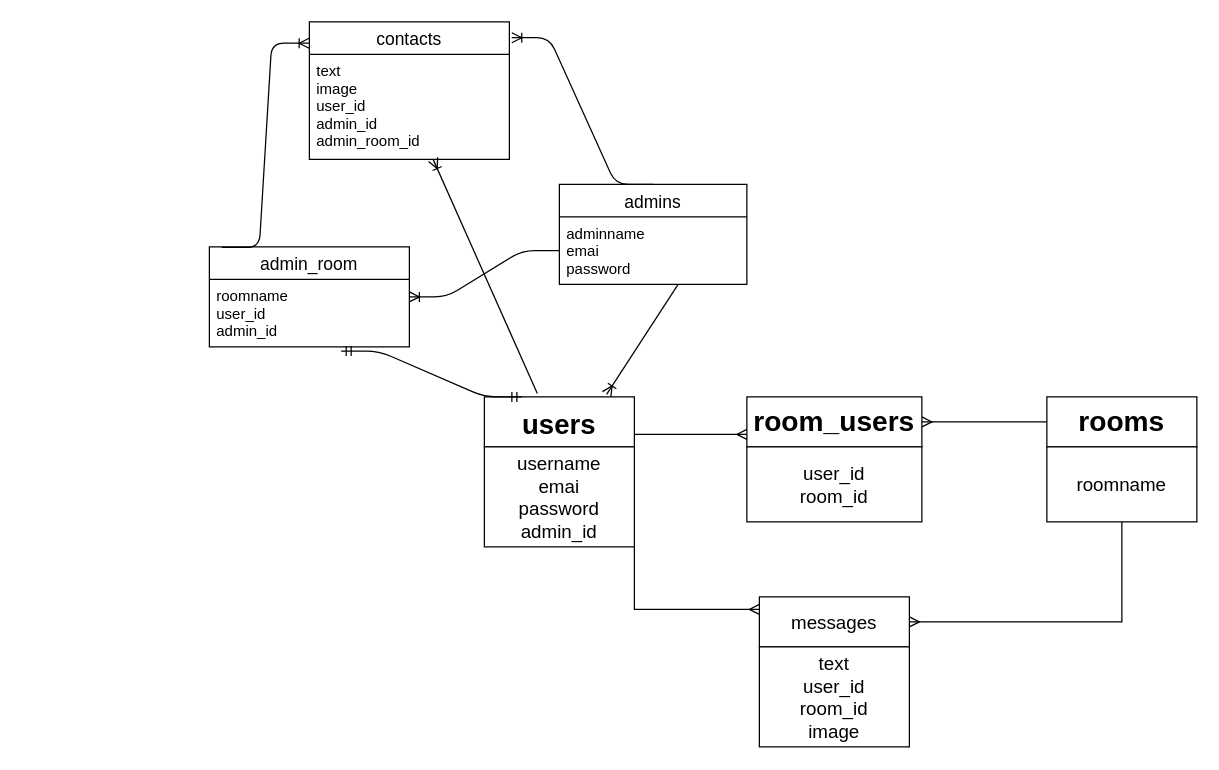
Earlier version of the draw.io diagram er.dio (kawasaki03/chat-service). Source tidied: cells renumbered, new cells numbered last; positions are measured from the earlier drawing's top-left corner, leaving out a move shared by most shapes. Both pictures are drawn from the tidied source at 125%, with x=0, y=0 at pixel (209, 21).
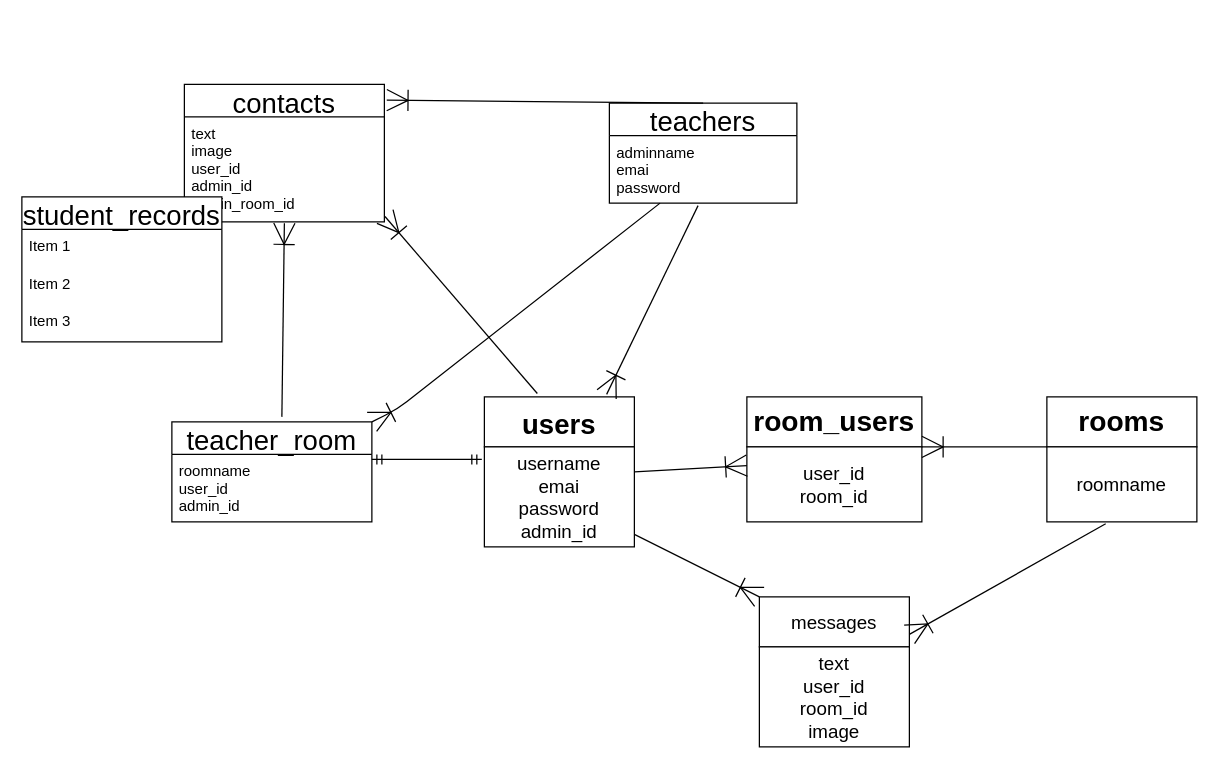
Above is the later version.

The change refers to these unchanged cells:
```xml
<mxCell id="3" value="&lt;h2&gt;&lt;font style=&quot;font-size: 22px&quot;&gt;users&lt;/font&gt;&lt;/h2&gt;" style="rounded=0;whiteSpace=wrap;html=1;fontSize=19;" parent="1" vertex="1">
  <mxGeometry x="220" y="300" width="120" height="40" as="geometry" />
</mxCell>
<mxCell id="5" value="&lt;font style=&quot;line-height: 50% ; font-size: 15px&quot;&gt;username&lt;br style=&quot;font-size: 15px&quot;&gt;emai&lt;br style=&quot;font-size: 15px&quot;&gt;password&lt;br&gt;admin_id&lt;br style=&quot;font-size: 15px&quot;&gt;&lt;/font&gt;" style="rounded=0;whiteSpace=wrap;html=1;fontSize=15;verticalAlign=middle;horizontal=1;align=center;spacing=2;" parent="1" vertex="1">
  <mxGeometry x="220" y="340" width="120" height="80" as="geometry" />
</mxCell>
<mxCell id="8" value="&lt;h2&gt;rooms&lt;/h2&gt;" style="rounded=0;whiteSpace=wrap;html=1;fontSize=15;align=center;" parent="1" vertex="1">
  <mxGeometry x="670" y="300" width="120" height="40" as="geometry" />
</mxCell>
<mxCell id="10" value="roomname" style="rounded=0;whiteSpace=wrap;html=1;fontSize=15;align=center;" parent="1" vertex="1">
  <mxGeometry x="670" y="340" width="120" height="60" as="geometry" />
</mxCell>
<mxCell id="11" value="&lt;h2&gt;room_users&lt;/h2&gt;" style="rounded=0;whiteSpace=wrap;html=1;fontSize=15;align=center;" parent="1" vertex="1">
  <mxGeometry x="430" y="300" width="140" height="40" as="geometry" />
</mxCell>
<mxCell id="12" value="user_id&lt;br&gt;room_id" style="rounded=0;whiteSpace=wrap;html=1;fontSize=15;align=center;" parent="1" vertex="1">
  <mxGeometry x="430" y="340" width="140" height="60" as="geometry" />
</mxCell>
<mxCell id="13" value="messages" style="rounded=0;whiteSpace=wrap;html=1;fontSize=15;align=center;" parent="1" vertex="1">
  <mxGeometry x="440" y="460" width="120" height="40" as="geometry" />
</mxCell>
<mxCell id="16" value="adminname&#10;emai&#10;password" style="text;strokeColor=none;fillColor=none;spacingLeft=4;spacingRight=4;overflow=hidden;points=[[0,0.5],[1,0.5]];portConstraint=eastwest;fontSize=12;" parent="15" vertex="1">
  <mxGeometry y="26" width="150" height="54" as="geometry" />
</mxCell>
<mxCell id="18" value="roomname&#10;user_id&#10;admin_id&#10;" style="text;strokeColor=none;fillColor=none;spacingLeft=4;spacingRight=4;overflow=hidden;points=[[0,0.5],[1,0.5]];portConstraint=eastwest;fontSize=12;" parent="17" vertex="1">
  <mxGeometry y="26" width="160" height="54" as="geometry" />
</mxCell>
<mxCell id="20" value="text&#10;image&#10;user_id&#10;admin_id&#10;admin_room_id" style="text;strokeColor=none;fillColor=none;spacingLeft=4;spacingRight=4;overflow=hidden;points=[[0,0.5],[1,0.5]];portConstraint=eastwest;fontSize=12;" parent="19" vertex="1">
  <mxGeometry y="26" width="160" height="84" as="geometry" />
</mxCell>
```

The edit, as a diff of the source:
```diff
@@
-    <mxCell id="2" style="edgeStyle=orthogonalEdgeStyle;rounded=0;jettySize=auto;html=1;exitX=1;exitY=0.75;exitDx=0;exitDy=0;entryX=0;entryY=0.75;entryDx=0;entryDy=0;endArrow=ERmany;endFill=0;fontSize=15;" parent="1" edge="1" source="3" target="11">
-      <mxGeometry relative="1" as="geometry" />
-    </mxCell>
@@
-    <mxCell id="4" style="edgeStyle=orthogonalEdgeStyle;rounded=0;jettySize=auto;html=1;exitX=1;exitY=1;exitDx=0;exitDy=0;entryX=0;entryY=0.25;entryDx=0;entryDy=0;endArrow=ERmany;endFill=0;fontSize=15;" parent="1" edge="1" source="5" target="13">
-      <mxGeometry relative="1" as="geometry" />
-    </mxCell>
@@
-    <mxCell id="7" style="edgeStyle=orthogonalEdgeStyle;rounded=0;jettySize=auto;html=1;exitX=0;exitY=0.5;exitDx=0;exitDy=0;entryX=1;entryY=0.5;entryDx=0;entryDy=0;endArrow=ERmany;endFill=0;fontSize=15;" parent="1" edge="1" source="8" target="11">
-      <mxGeometry relative="1" as="geometry" />
-    </mxCell>
@@
-    <mxCell id="9" style="edgeStyle=orthogonalEdgeStyle;rounded=0;jettySize=auto;html=1;exitX=0.5;exitY=1;exitDx=0;exitDy=0;entryX=1;entryY=0.5;entryDx=0;entryDy=0;endArrow=ERmany;endFill=0;fontSize=15;" parent="1" edge="1" source="10" target="13">
-      <mxGeometry relative="1" as="geometry" />
-    </mxCell>
@@
-    <mxCell id="15" value="admins" style="swimlane;fontStyle=0;horizontal=1;startSize=26;align=center;fontSize=14;" parent="1" vertex="1">
-      <mxGeometry x="280" y="130" width="150" height="80" as="geometry" />
+    <mxCell id="15" value="teachers" style="swimlane;fontStyle=0;horizontal=1;startSize=26;align=center;fontSize=22;" parent="1" vertex="1">
+      <mxGeometry x="320" y="65" width="150" height="80" as="geometry" />
     </mxCell>
@@
-    <mxCell id="17" value="admin_room" style="swimlane;fontStyle=0;horizontal=1;startSize=26;align=center;fontSize=14;" parent="1" vertex="1">
-      <mxGeometry y="180" width="160" height="80" as="geometry" />
+    <mxCell id="17" value="teacher_room" style="swimlane;fontStyle=0;horizontal=1;startSize=26;align=center;fontSize=22;" parent="1" vertex="1">
+      <mxGeometry x="-30" y="320" width="160" height="80" as="geometry" />
     </mxCell>
@@
-    <mxCell id="19" value="contacts" style="swimlane;fontStyle=0;horizontal=1;startSize=26;align=center;fontSize=14;" parent="1" vertex="1">
-      <mxGeometry x="80" width="160" height="110" as="geometry" />
+    <mxCell id="19" value="contacts" style="swimlane;fontStyle=0;horizontal=1;startSize=26;align=center;fontSize=22;" parent="1" vertex="1">
+      <mxGeometry x="-20" y="50" width="160" height="110" as="geometry" />
     </mxCell>
@@
-    <mxCell id="21" style="edgeStyle=entityRelationEdgeStyle;fontSize=12;html=1;endArrow=ERoneToMany;entryX=1.012;entryY=0.115;entryDx=0;entryDy=0;entryPerimeter=0;exitX=0.5;exitY=0;exitDx=0;exitDy=0;" parent="1" edge="1" source="15" target="19">
+    <mxCell id="21" style="fontSize=12;html=1;endArrow=ERoneToMany;entryX=1.012;entryY=0.115;entryDx=0;entryDy=0;entryPerimeter=0;exitX=0.5;exitY=0;exitDx=0;exitDy=0;endSize=15;" parent="1" edge="1" source="15" target="19">
       <mxGeometry relative="1" as="geometry" />
     </mxCell>
-    <mxCell id="22" style="edgeStyle=entityRelationEdgeStyle;fontSize=12;html=1;endArrow=ERoneToMany;exitX=0.062;exitY=0.006;exitDx=0;exitDy=0;entryX=-0.001;entryY=0.155;entryDx=0;entryDy=0;exitPerimeter=0;entryPerimeter=0;" parent="1" edge="1" source="17" target="19">
+    <mxCell id="22" style="fontSize=12;html=1;endArrow=ERoneToMany;exitX=0.55;exitY=-0.05;exitDx=0;exitDy=0;jumpSize=6;endSize=15;entryX=0.5;entryY=1.012;entryDx=0;entryDy=0;entryPerimeter=0;exitPerimeter=0;" parent="1" edge="1" source="17" target="20">
       <mxGeometry relative="1" as="geometry" />
     </mxCell>
-    <mxCell id="23" style="edgeStyle=entityRelationEdgeStyle;fontSize=12;html=1;endArrow=ERmandOne;startArrow=ERmandOne;exitX=0.25;exitY=0;exitDx=0;exitDy=0;entryX=0.659;entryY=1.062;entryDx=0;entryDy=0;entryPerimeter=0;" parent="1" edge="1" source="3" target="18">
-      <mxGeometry relative="1" as="geometry" />
+    <mxCell id="23" style="fontSize=12;html=1;endArrow=ERmandOne;startArrow=ERmandOne;exitX=-0.017;exitY=0.125;exitDx=0;exitDy=0;exitPerimeter=0;entryX=1;entryY=0.074;entryDx=0;entryDy=0;entryPerimeter=0;" parent="1" edge="1" source="5" target="18">
+      <mxGeometry relative="1" as="geometry">
+        <Array as="points">
+          <mxPoint x="170" y="350" />
+        </Array>
+      </mxGeometry>
     </mxCell>
-    <mxCell id="24" style="edgeStyle=entityRelationEdgeStyle;fontSize=12;html=1;endArrow=ERoneToMany;" parent="1" edge="1" source="16" target="17">
-      <mxGeometry relative="1" as="geometry" />
+    <mxCell id="24" style="fontSize=12;html=1;endArrow=ERoneToMany;strokeWidth=1;endSize=15;startSize=12;" parent="1" edge="1" source="16" target="17">
+      <mxGeometry relative="1" as="geometry">
+        <Array as="points">
+          <mxPoint x="150" y="310" />
+        </Array>
+      </mxGeometry>
     </mxCell>
-    <mxCell id="25" style="fontSize=12;html=1;endArrow=ERoneToMany;entryX=0.815;entryY=-0.05;entryDx=0;entryDy=0;entryPerimeter=0;" parent="1" edge="1" target="3">
-      <mxGeometry relative="1" as="geometry">
-        <mxPoint x="375" y="210" as="sourcePoint" />
-      </mxGeometry>
+    <mxCell id="25" style="fontSize=12;html=1;endArrow=ERoneToMany;entryX=0.815;entryY=-0.05;entryDx=0;entryDy=0;entryPerimeter=0;exitX=0.473;exitY=1.037;exitDx=0;exitDy=0;exitPerimeter=0;startSize=9;endSize=15;" parent="1" edge="1" source="16" target="3">
+      <mxGeometry relative="1" as="geometry" />
     </mxCell>
-    <mxCell id="26" style="fontSize=12;html=1;endArrow=ERoneToMany;exitX=0.353;exitY=-0.067;exitDx=0;exitDy=0;exitPerimeter=0;" parent="1" edge="1" source="3">
-      <mxGeometry relative="1" as="geometry">
-        <mxPoint x="179" y="110" as="targetPoint" />
-      </mxGeometry>
+    <mxCell id="26" style="fontSize=12;html=1;endArrow=ERoneToMany;exitX=0.353;exitY=-0.067;exitDx=0;exitDy=0;exitPerimeter=0;entryX=1.003;entryY=0.949;entryDx=0;entryDy=0;entryPerimeter=0;startSize=12;endSize=15;" parent="1" edge="1" source="3" target="20">
+      <mxGeometry relative="1" as="geometry" />
     </mxCell>
+    <mxCell id="27" style="fontSize=12;html=1;endArrow=ERoneToMany;strokeWidth=1;endSize=15;entryX=0;entryY=0.25;entryDx=0;entryDy=0;" parent="1" edge="1" target="12">
+      <mxGeometry relative="1" as="geometry">
+        <mxPoint x="340" y="360" as="sourcePoint" />
+      </mxGeometry>
+    </mxCell>
+    <mxCell id="4" style="fontSize=12;html=1;endArrow=ERoneToMany;strokeWidth=1;endSize=15;entryX=0;entryY=0;entryDx=0;entryDy=0;" parent="1" edge="1" source="5" target="13">
+      <mxGeometry relative="1" as="geometry" />
+    </mxCell>
+    <mxCell id="9" style="fontSize=12;html=1;endArrow=ERoneToMany;strokeWidth=1;endSize=15;entryX=1;entryY=0.75;entryDx=0;entryDy=0;exitX=0.392;exitY=1.026;exitDx=0;exitDy=0;exitPerimeter=0;" parent="1" edge="1" source="10" target="13">
+      <mxGeometry relative="1" as="geometry" />
+    </mxCell>
+    <mxCell id="28" style="fontSize=12;html=1;endArrow=ERoneToMany;strokeWidth=1;endSize=15;exitX=0;exitY=0;exitDx=0;exitDy=0;" parent="1" edge="1" source="10">
+      <mxGeometry relative="1" as="geometry">
+        <mxPoint x="570" y="340" as="targetPoint" />
+      </mxGeometry>
+    </mxCell>
+    <mxCell id="29" value="student_records" style="swimlane;fontStyle=0;horizontal=1;startSize=26;align=center;fontSize=22;" parent="1" vertex="1">
+      <mxGeometry x="-150" y="140" width="160" height="116" as="geometry" />
+    </mxCell>
+    <mxCell id="30" value="Item 1" style="text;strokeColor=none;fillColor=none;spacingLeft=4;spacingRight=4;overflow=hidden;fontSize=12;" parent="29" vertex="1">
+      <mxGeometry y="26" width="160" height="30" as="geometry" />
+    </mxCell>
+    <mxCell id="31" value="Item 2" style="text;strokeColor=none;fillColor=none;spacingLeft=4;spacingRight=4;overflow=hidden;fontSize=12;" parent="29" vertex="1">
+      <mxGeometry y="56" width="160" height="30" as="geometry" />
+    </mxCell>
+    <mxCell id="32" value="Item 3" style="text;strokeColor=none;fillColor=none;spacingLeft=4;spacingRight=4;overflow=hidden;fontSize=12;" parent="29" vertex="1">
+      <mxGeometry y="86" width="160" height="30" as="geometry" />
+    </mxCell>
```
